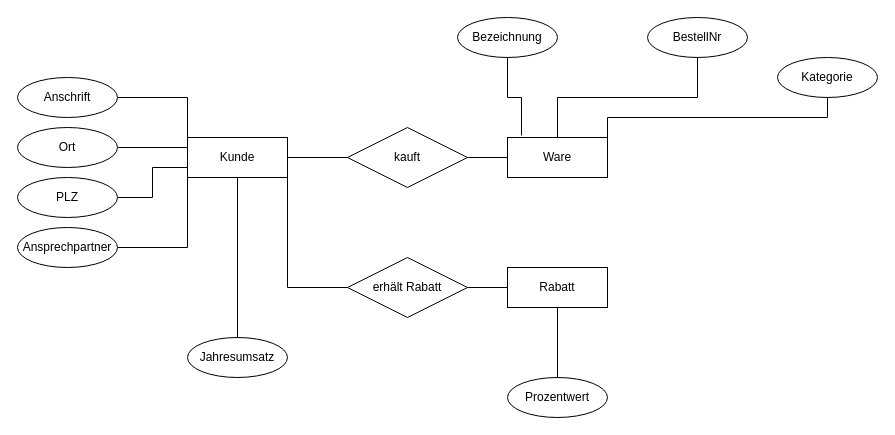
Yeah-Jack/sql-diagrams keeps this draw.io diagram as src/Großhandel.drawio. Above is the earlier version. Source tidied: cells renumbered, new cells numbered last; positions are measured from the earlier drawing's top-left corner, leaving out a move shared by most shapes. Both pictures are drawn from the tidied source at 100%, with x=0, y=0 at pixel (17, 17).
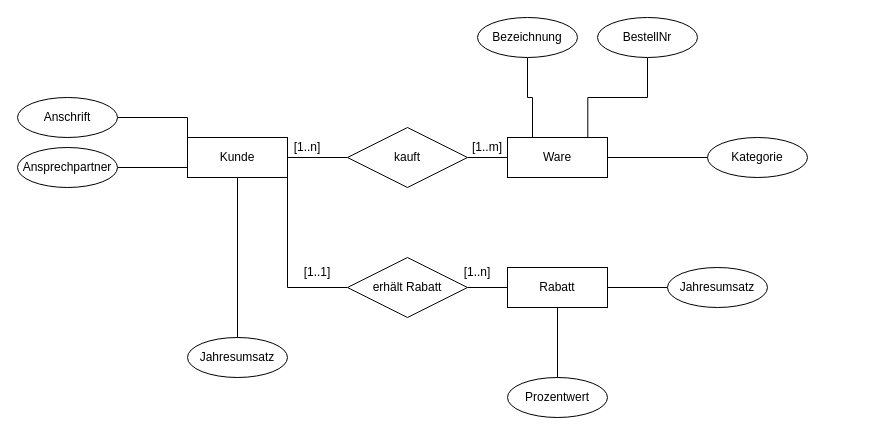
The same diagram, later.

Unchanged cells that the change refers to:
```xml
<mxCell id="3" value="&lt;div&gt;Kunde&lt;/div&gt;" style="whiteSpace=wrap;html=1;align=center;" parent="1" vertex="1">
  <mxGeometry x="170" y="120" width="100" height="40" as="geometry" />
</mxCell>
<mxCell id="14" value="Ware" style="whiteSpace=wrap;html=1;align=center;" parent="1" vertex="1">
  <mxGeometry x="490" y="120" width="100" height="40" as="geometry" />
</mxCell>
<mxCell id="24" value="Rabatt" style="whiteSpace=wrap;html=1;align=center;" parent="1" vertex="1">
  <mxGeometry x="490" y="250" width="100" height="40" as="geometry" />
</mxCell>
```

Change to the diagram source:
```diff
@@
     <mxCell id="5" value="Anschrift" style="ellipse;whiteSpace=wrap;html=1;align=center;" parent="1" vertex="1">
-      <mxGeometry y="60" width="100" height="40" as="geometry" />
+      <mxGeometry y="80" width="100" height="40" as="geometry" />
     </mxCell>
-    <mxCell id="6" style="edgeStyle=orthogonalEdgeStyle;rounded=0;jettySize=auto;html=1;exitX=1;exitY=0.5;exitDx=0;exitDy=0;entryX=0;entryY=0.25;entryDx=0;entryDy=0;endArrow=none;endFill=0;" parent="1" edge="1" source="7" target="3">
-      <mxGeometry relative="1" as="geometry" />
-    </mxCell>
-    <mxCell id="7" value="Ort" style="ellipse;whiteSpace=wrap;html=1;align=center;" parent="1" vertex="1">
-      <mxGeometry y="110" width="100" height="40" as="geometry" />
-    </mxCell>
-    <mxCell id="8" style="edgeStyle=orthogonalEdgeStyle;rounded=0;jettySize=auto;html=1;exitX=1;exitY=0.5;exitDx=0;exitDy=0;entryX=0;entryY=0.75;entryDx=0;entryDy=0;endArrow=none;endFill=0;" parent="1" edge="1" source="9" target="3">
-      <mxGeometry relative="1" as="geometry" />
-    </mxCell>
-    <mxCell id="9" value="PLZ" style="ellipse;whiteSpace=wrap;html=1;align=center;" parent="1" vertex="1">
-      <mxGeometry y="160" width="100" height="40" as="geometry" />
-    </mxCell>
-    <mxCell id="10" style="edgeStyle=orthogonalEdgeStyle;rounded=0;jettySize=auto;html=1;exitX=1;exitY=0.5;exitDx=0;exitDy=0;endArrow=none;endFill=0;entryX=0;entryY=1;entryDx=0;entryDy=0;" parent="1" edge="1" source="11" target="3">
+    <mxCell id="10" style="edgeStyle=orthogonalEdgeStyle;rounded=0;jettySize=auto;html=1;exitX=1;exitY=0.5;exitDx=0;exitDy=0;endArrow=none;endFill=0;entryX=0;entryY=0.75;entryDx=0;entryDy=0;" parent="1" edge="1" source="11" target="3">
       <mxGeometry relative="1" as="geometry" />
     </mxCell>
     <mxCell id="11" value="Ansprechpartner" style="ellipse;whiteSpace=wrap;html=1;align=center;" parent="1" vertex="1">
-      <mxGeometry y="210" width="100" height="40" as="geometry" />
+      <mxGeometry y="130" width="100" height="40" as="geometry" />
     </mxCell>
@@
-    <mxCell id="15" style="edgeStyle=orthogonalEdgeStyle;rounded=0;jettySize=auto;html=1;exitX=0.5;exitY=1;exitDx=0;exitDy=0;entryX=0.14;entryY=-0.05;entryDx=0;entryDy=0;endArrow=none;endFill=0;entryPerimeter=0;" parent="1" edge="1" source="16" target="14">
+    <mxCell id="15" style="edgeStyle=orthogonalEdgeStyle;rounded=0;jettySize=auto;html=1;exitX=0.5;exitY=1;exitDx=0;exitDy=0;entryX=0.25;entryY=0;entryDx=0;entryDy=0;endArrow=none;endFill=0;" parent="1" edge="1" source="16" target="14">
       <mxGeometry relative="1" as="geometry" />
     </mxCell>
     <mxCell id="16" value="Bezeichnung" style="ellipse;whiteSpace=wrap;html=1;align=center;" parent="1" vertex="1">
-      <mxGeometry x="440" width="100" height="40" as="geometry" />
+      <mxGeometry x="460" width="100" height="40" as="geometry" />
     </mxCell>
-    <mxCell id="17" style="edgeStyle=orthogonalEdgeStyle;rounded=0;jettySize=auto;html=1;exitX=0.5;exitY=1;exitDx=0;exitDy=0;entryX=0.5;entryY=0;entryDx=0;entryDy=0;endArrow=none;endFill=0;" parent="1" edge="1" source="18" target="14">
+    <mxCell id="17" style="edgeStyle=orthogonalEdgeStyle;rounded=0;jettySize=auto;html=1;exitX=0.5;exitY=1;exitDx=0;exitDy=0;entryX=0.803;entryY=-0.001;entryDx=0;entryDy=0;endArrow=none;endFill=0;entryPerimeter=0;" parent="1" edge="1" source="18" target="14">
       <mxGeometry relative="1" as="geometry" />
     </mxCell>
     <mxCell id="18" value="BestellNr" style="ellipse;whiteSpace=wrap;html=1;align=center;" parent="1" vertex="1">
-      <mxGeometry x="630" width="100" height="40" as="geometry" />
+      <mxGeometry x="580" width="100" height="40" as="geometry" />
     </mxCell>
-    <mxCell id="19" style="edgeStyle=orthogonalEdgeStyle;rounded=0;jettySize=auto;html=1;exitX=0.5;exitY=1;exitDx=0;exitDy=0;entryX=1;entryY=0;entryDx=0;entryDy=0;endArrow=none;endFill=0;" parent="1" edge="1" source="20" target="14">
+    <mxCell id="19" style="edgeStyle=orthogonalEdgeStyle;rounded=0;jettySize=auto;html=1;exitX=0;exitY=0.5;exitDx=0;exitDy=0;entryX=1;entryY=0.5;entryDx=0;entryDy=0;endArrow=none;endFill=0;" parent="1" edge="1" source="20" target="14">
       <mxGeometry relative="1" as="geometry" />
     </mxCell>
     <mxCell id="20" value="Kategorie" style="ellipse;whiteSpace=wrap;html=1;align=center;" parent="1" vertex="1">
-      <mxGeometry x="760" y="40" width="100" height="40" as="geometry" />
+      <mxGeometry x="690" y="120" width="100" height="40" as="geometry" />
     </mxCell>
@@
+    <mxCell id="29" value="[1..n]" style="text;html=1;whiteSpace=wrap;strokeColor=none;fillColor=none;align=center;verticalAlign=middle;rounded=0;" parent="1" vertex="1">
+      <mxGeometry x="430" y="240" width="60" height="30" as="geometry" />
+    </mxCell>
+    <mxCell id="30" value="[1..1]" style="text;html=1;whiteSpace=wrap;strokeColor=none;fillColor=none;align=center;verticalAlign=middle;rounded=0;" parent="1" vertex="1">
+      <mxGeometry x="270" y="240" width="60" height="30" as="geometry" />
+    </mxCell>
+    <mxCell id="31" value="[1..n]" style="text;html=1;whiteSpace=wrap;strokeColor=none;fillColor=none;align=center;verticalAlign=middle;rounded=0;" parent="1" vertex="1">
+      <mxGeometry x="260" y="115" width="60" height="30" as="geometry" />
+    </mxCell>
+    <mxCell id="32" value="[1..m]" style="text;html=1;whiteSpace=wrap;strokeColor=none;fillColor=none;align=center;verticalAlign=middle;rounded=0;" parent="1" vertex="1">
+      <mxGeometry x="440" y="115" width="60" height="30" as="geometry" />
+    </mxCell>
+    <mxCell id="33" style="edgeStyle=orthogonalEdgeStyle;rounded=0;jettySize=auto;html=1;endArrow=none;endFill=0;" parent="1" edge="1" source="34" target="24">
+      <mxGeometry relative="1" as="geometry" />
+    </mxCell>
+    <mxCell id="34" value="Jahresumsatz" style="ellipse;whiteSpace=wrap;html=1;align=center;" parent="1" vertex="1">
+      <mxGeometry x="650" y="250" width="100" height="40" as="geometry" />
+    </mxCell>
```
